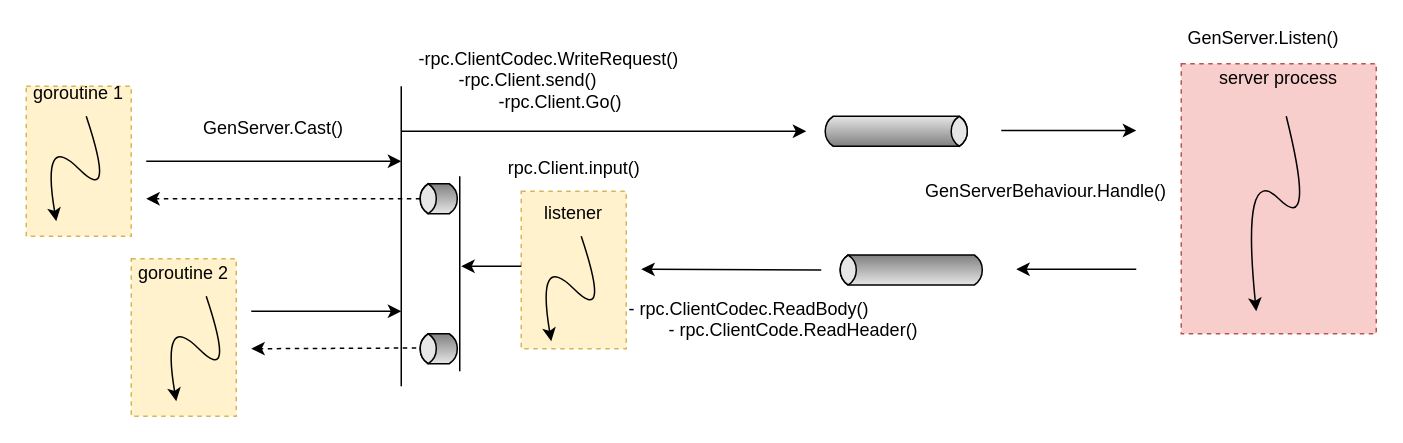
Above: assets/genserver-under-the-hood.drawio in mapogolions/genserver (draw.io), before the change. Source tidied: cells renumbered, new cells numbered last; positions are measured from the earlier drawing's top-left corner, leaving out a move shared by most shapes. Both pictures are drawn from the tidied source at 150%, with x=0, y=0 at pixel (26, 26).
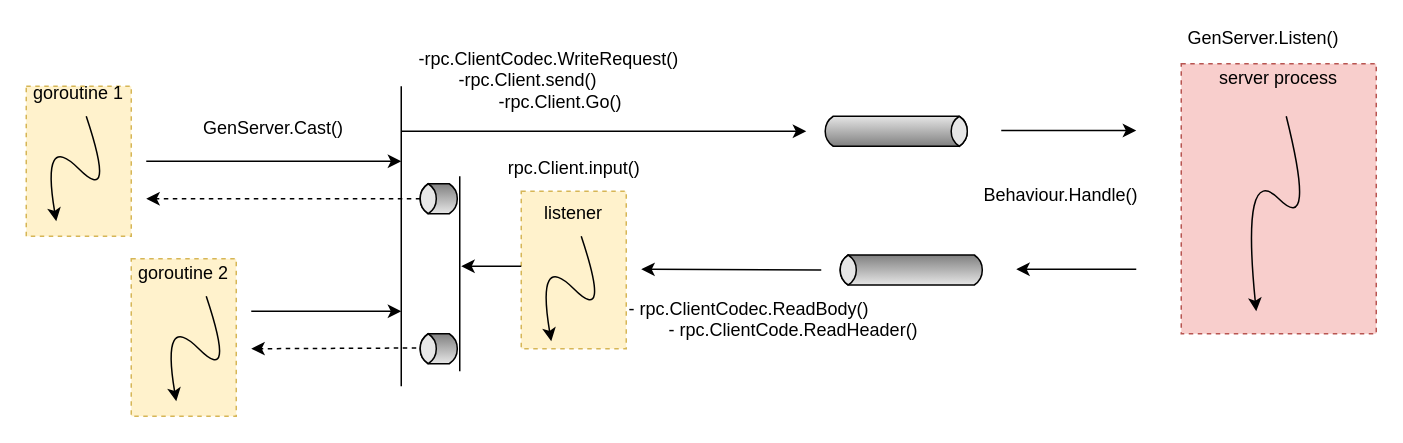
The same diagram, later.

Change to the diagram source:
```diff
@@
-    <mxCell id="34" value="GenServerBehaviour.Handle()" style="text;html=1;strokeColor=none;fillColor=none;align=center;verticalAlign=middle;whiteSpace=wrap;rounded=0;dashed=1;" parent="1" vertex="1">
-      <mxGeometry x="600" y="102.5" width="160" height="15" as="geometry" />
+    <mxCell id="34" value="Behaviour.Handle()" style="text;html=1;strokeColor=none;fillColor=none;align=center;verticalAlign=middle;whiteSpace=wrap;rounded=0;dashed=1;" parent="1" vertex="1">
+      <mxGeometry x="610" y="105" width="160" height="15" as="geometry" />
     </mxCell>
```
